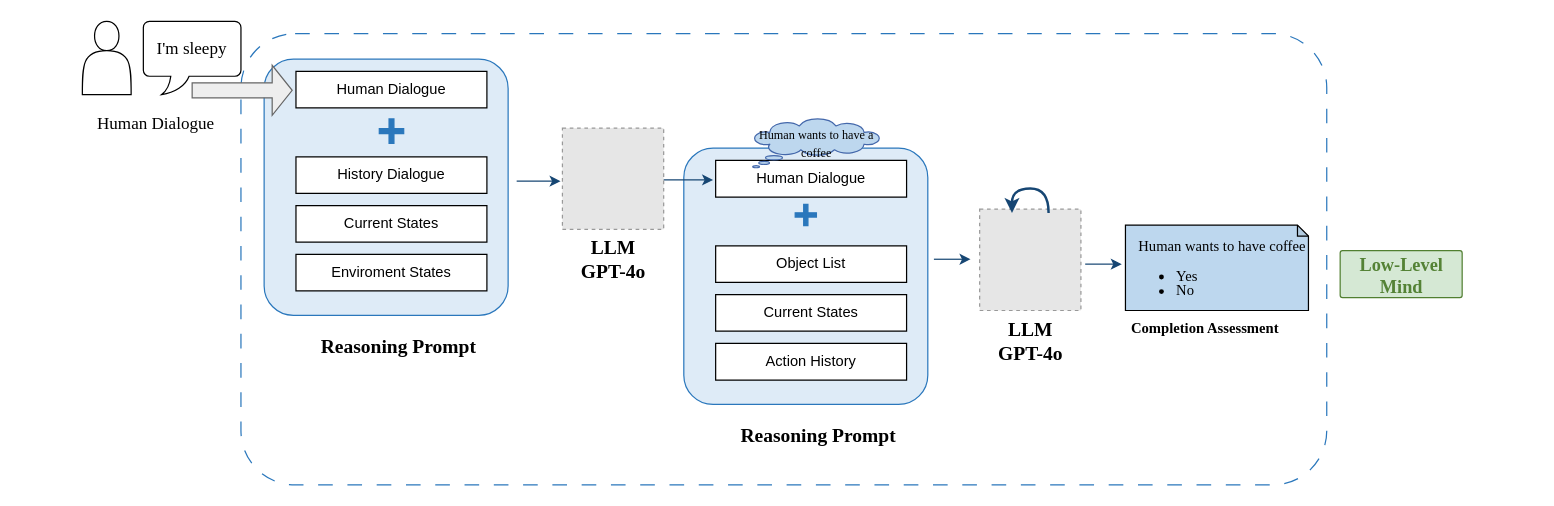
Earlier version of the draw.io diagram High_Level_Mind.drawio (Rinco1018/project_test). Source tidied: cells renumbered, new cells numbered last; positions are measured from the earlier drawing's top-left corner, leaving out a move shared by most shapes. Both pictures are drawn from the tidied source at 122%, with x=0, y=0 at pixel (21, 21). Pictures stored in the file or linked from it are replaced by grey dashed boxes.
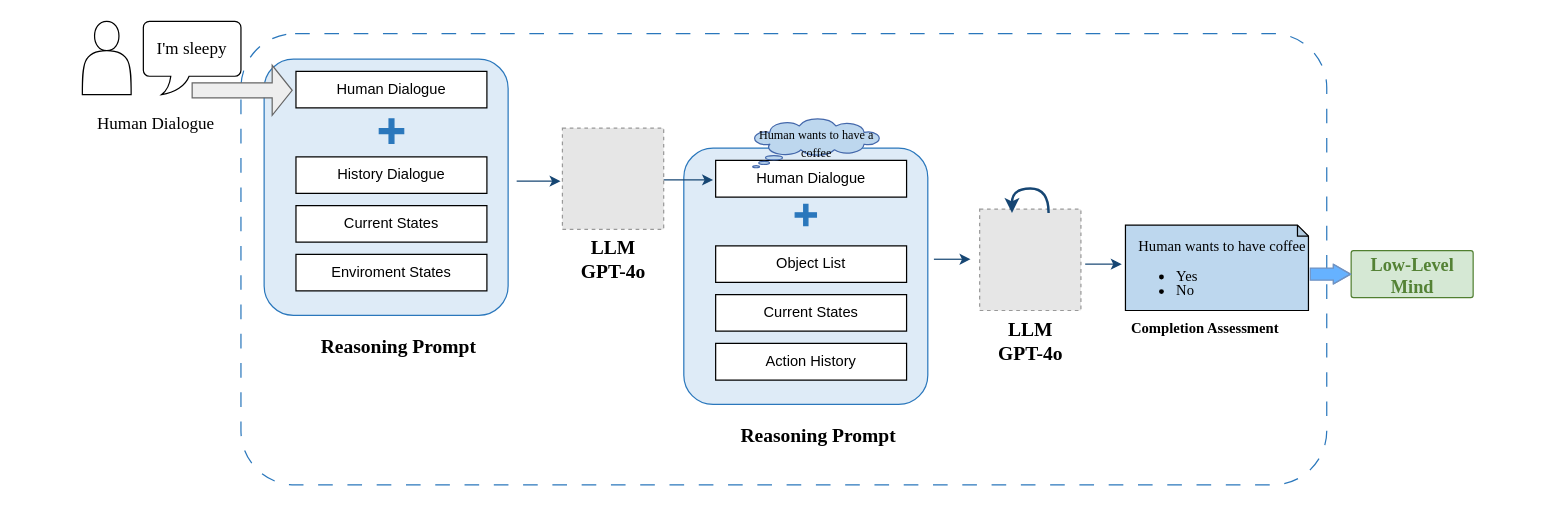
Above is the later version.

The edit, as a diff of the source:
```diff
@@
     <mxCell id="47" style="group;" parent="1" vertex="1">
-      <mxGeometry x="1081" y="179" width="150" height="57" as="geometry" />
+      <mxGeometry x="1090" y="179" width="150" height="57" as="geometry" />
     </mxCell>
@@
+    <mxCell id="66" style="shape=flexArrow;endArrow=classic;html=1;rounded=0;fillColor=#66B2FF;strokeColor=light-dark(#7193c2, #ededed);endWidth=5.2;endSize=4.356;" parent="1" edge="1">
+      <mxGeometry relative="1" as="geometry">
+        <mxPoint x="1056" y="207.2" as="sourcePoint" />
+        <mxPoint x="1090" y="207.2" as="targetPoint" />
+        <Array as="points">
+          <mxPoint x="1066" y="207.2" />
+        </Array>
+      </mxGeometry>
+    </mxCell>
```
